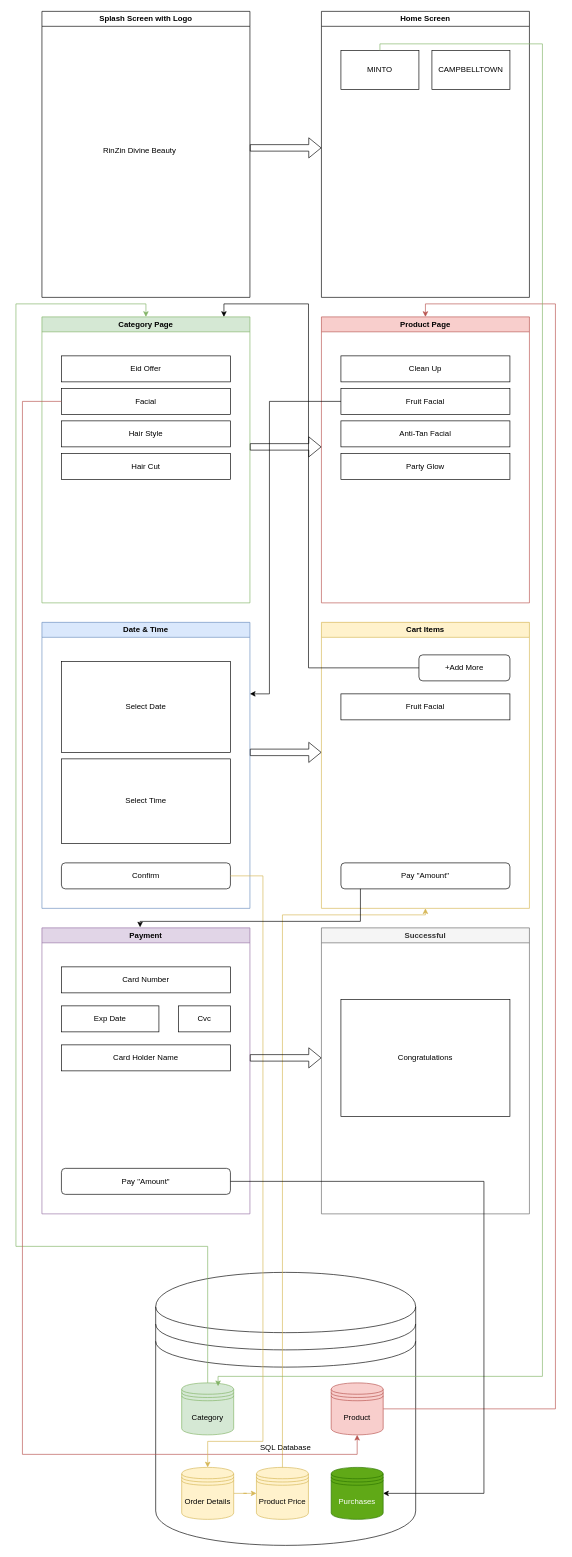
This is Untitled Diagram.drawio from rafidrahman1/beauty_salon, a draw.io file, before an edit. Source tidied: cells renumbered, new cells numbered last; positions are measured from the earlier drawing's top-left corner, leaving out a move shared by most shapes. Both pictures are drawn from the tidied source at 65%, with x=0, y=0 at pixel (16, 11).
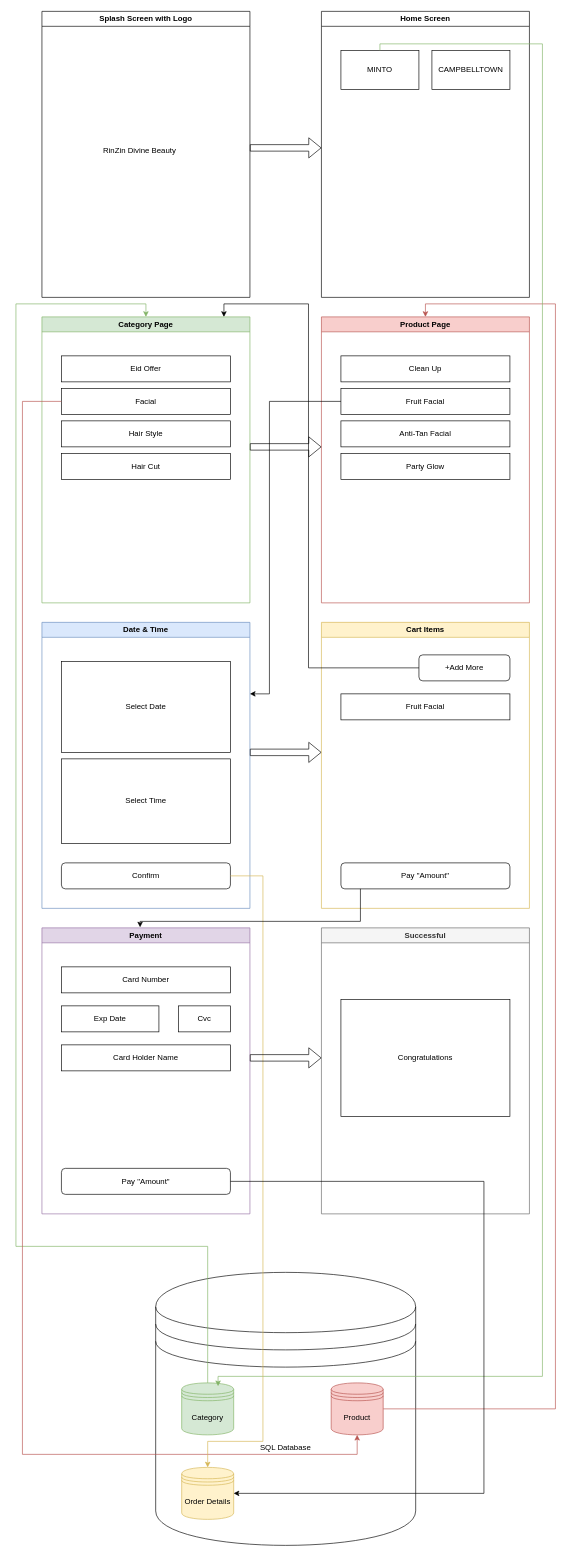
The same diagram, later.

The change refers to these unchanged cells:
```xml
<mxCell id="9" value="Order Details" style="shape=datastore;whiteSpace=wrap;html=1;fillColor=#fff2cc;strokeColor=#d6b656;" parent="1" vertex="1">
  <mxGeometry x="255" y="2240" width="80" height="80" as="geometry" />
</mxCell>
<mxCell id="33" value="Cart Items" style="swimlane;whiteSpace=wrap;html=1;fillColor=#fff2cc;strokeColor=#d6b656;" parent="1" vertex="1">
  <mxGeometry x="470" y="940" width="320" height="440" as="geometry" />
</mxCell>
<mxCell id="46" value="Pay &quot;Amount&quot;" style="rounded=1;whiteSpace=wrap;html=1;" parent="43" vertex="1">
  <mxGeometry x="30" y="370" width="260" height="40" as="geometry" />
</mxCell>
```

The edit, as a diff of the source:
```diff
@@
-    <mxCell id="7" style="edgeStyle=orthogonalEdgeStyle;rounded=0;jettySize=auto;html=1;exitX=0.5;exitY=1;exitDx=0;exitDy=0;entryX=0.5;entryY=1;entryDx=0;entryDy=0;fillColor=#fff2cc;strokeColor=#d6b656;" parent="1" edge="1" source="42" target="33">
-      <mxGeometry relative="1" as="geometry">
-        <Array as="points">
-          <mxPoint x="410" y="1390" />
-          <mxPoint x="630" y="1390" />
-        </Array>
-      </mxGeometry>
-    </mxCell>
-    <mxCell id="8" style="edgeStyle=orthogonalEdgeStyle;rounded=0;jettySize=auto;html=1;entryX=0;entryY=0.5;entryDx=0;entryDy=0;fillColor=#fff2cc;strokeColor=#d6b656;" parent="1" edge="1" source="9" target="42">
-      <mxGeometry relative="1" as="geometry" />
-    </mxCell>
@@
-    <mxCell id="38" value="Purchases" style="shape=datastore;whiteSpace=wrap;html=1;fillColor=#60a917;fontColor=#ffffff;strokeColor=#2D7600;" parent="1" vertex="1">
-      <mxGeometry x="485" y="2240" width="80" height="80" as="geometry" />
-    </mxCell>
@@
-    <mxCell id="42" value="Product Price" style="shape=datastore;whiteSpace=wrap;html=1;fillColor=#fff2cc;strokeColor=#d6b656;" parent="1" vertex="1">
-      <mxGeometry x="370" y="2240" width="80" height="80" as="geometry" />
-    </mxCell>
@@
-    <mxCell id="53" style="edgeStyle=orthogonalEdgeStyle;rounded=0;jettySize=auto;html=1;entryX=1;entryY=0.5;entryDx=0;entryDy=0;" parent="1" edge="1" source="46" target="38">
+    <mxCell id="53" style="edgeStyle=orthogonalEdgeStyle;rounded=0;jettySize=auto;html=1;entryX=1;entryY=0.5;entryDx=0;entryDy=0;" parent="1" edge="1" source="46" target="9">
       <mxGeometry relative="1" as="geometry">
         <Array as="points">
           <mxPoint x="720" y="1800" />
           <mxPoint x="720" y="2280" />
         </Array>
       </mxGeometry>
     </mxCell>
```
